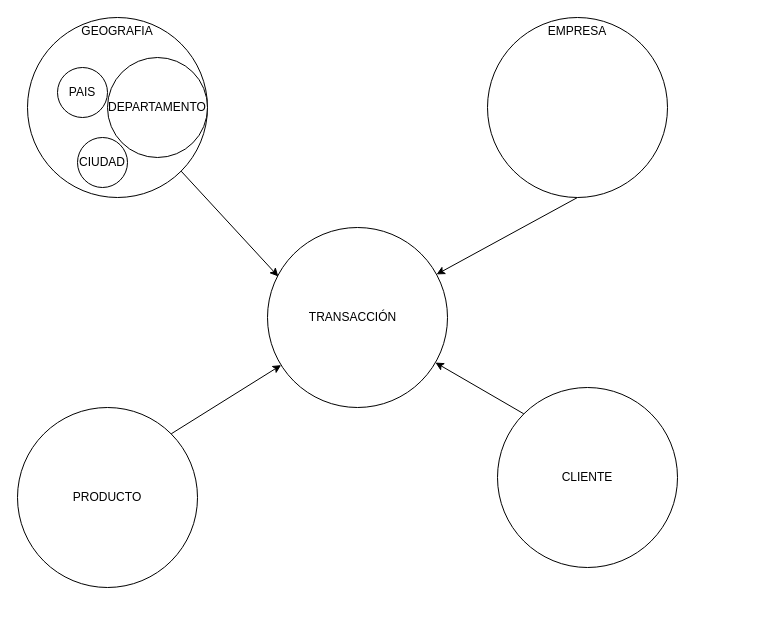
Above: page "Objectosdealtovalor" (4 of 5) of 1.Planear/MAKUMBASPORTS.drawio in Ale-pool/MAKUMBASPORTS (draw.io), before the change. Source tidied: cells renumbered, new cells numbered last; positions are measured from the earlier drawing's top-left corner, leaving out a move shared by most shapes. Both pictures are drawn from the tidied source at 100%, with x=0, y=0 at pixel (17, 17).
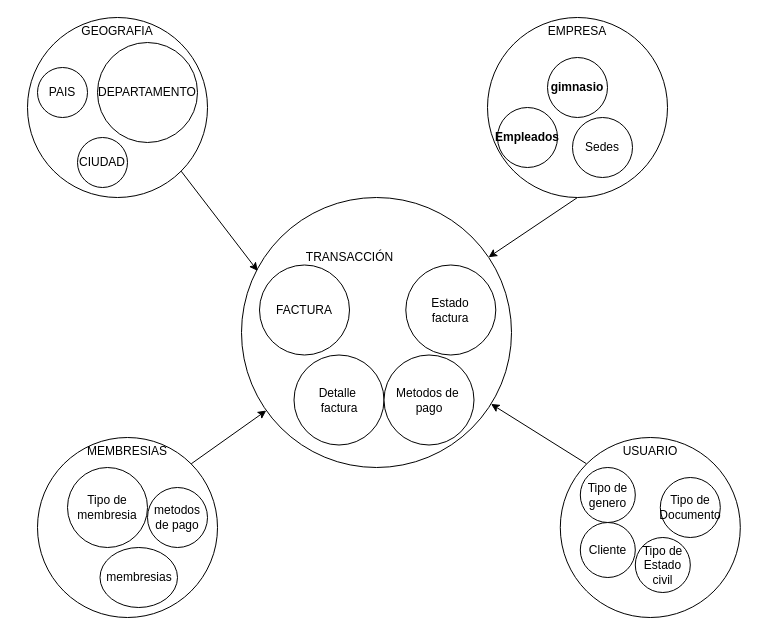
The same diagram, later.

Commit message (it also covers changes not shown here):
actaulizacion del draw.io y del documento

Change to the diagram source:
```diff
@@
     <mxCell id="2" style="ellipse;whiteSpace=wrap;html=1;" parent="1" vertex="1">
-      <mxGeometry x="250" y="210" width="180" height="180" as="geometry" />
+      <mxGeometry x="224" y="180" width="270" height="270" as="geometry" />
     </mxCell>
     <mxCell id="3" value="TRANSACCIÓN" style="text;html=1;align=center;verticalAlign=middle;strokeColor=none;fillColor=none;" parent="2" vertex="1">
-      <mxGeometry x="30" y="75" width="110" height="30" as="geometry" />
+      <mxGeometry x="52.5" y="45" width="110" height="30" as="geometry" />
     </mxCell>
+    <mxCell id="15" value="FACTURA" style="ellipse;whiteSpace=wrap;html=1;" parent="2" vertex="1">
+      <mxGeometry x="18" y="67.5" width="90" height="90" as="geometry" />
+    </mxCell>
+    <mxCell id="16" value="Estado&lt;div&gt;factura&lt;/div&gt;" style="ellipse;whiteSpace=wrap;html=1;" parent="2" vertex="1">
+      <mxGeometry x="164.3" y="67.5" width="90" height="90" as="geometry" />
+    </mxCell>
+    <mxCell id="17" value="Detalle&amp;nbsp;&lt;div&gt;factura&lt;/div&gt;" style="ellipse;whiteSpace=wrap;html=1;" parent="2" vertex="1">
+      <mxGeometry x="52.5" y="157.5" width="90" height="90" as="geometry" />
+    </mxCell>
+    <mxCell id="18" value="Metodos de&amp;nbsp;&lt;div&gt;pago&lt;/div&gt;" style="ellipse;whiteSpace=wrap;html=1;" parent="2" vertex="1">
+      <mxGeometry x="142.5" y="157.5" width="90" height="90" as="geometry" />
+    </mxCell>
@@
-    <mxCell id="8" value="CLIENTE" style="ellipse;whiteSpace=wrap;html=1;" parent="1" vertex="1">
-      <mxGeometry x="480" y="370" width="180" height="180" as="geometry" />
+    <mxCell id="8" value="USUARIO" style="ellipse;whiteSpace=wrap;html=1;horizontal=1;verticalAlign=top;" parent="1" vertex="1">
+      <mxGeometry x="542.8" y="420" width="180" height="180" as="geometry" />
     </mxCell>
@@
-    <mxCell id="10" value="PRODUCTO" style="ellipse;whiteSpace=wrap;html=1;" parent="1" vertex="1">
-      <mxGeometry y="390" width="180" height="180" as="geometry" />
+    <mxCell id="10" value="MEMBRESIAS" style="ellipse;whiteSpace=wrap;html=1;verticalAlign=top;" parent="1" vertex="1">
+      <mxGeometry x="20" y="420" width="180" height="180" as="geometry" />
     </mxCell>
@@
     <mxCell id="12" value="PAIS" style="ellipse;whiteSpace=wrap;html=1;" parent="1" vertex="1">
-      <mxGeometry x="40" y="50" width="50" height="50" as="geometry" />
+      <mxGeometry x="20" y="50" width="50" height="50" as="geometry" />
     </mxCell>
     <mxCell id="13" value="DEPARTAMENTO" style="ellipse;whiteSpace=wrap;html=1;" parent="1" vertex="1">
-      <mxGeometry x="90" y="40" width="100" height="100" as="geometry" />
+      <mxGeometry x="80" y="25" width="100" height="100" as="geometry" />
     </mxCell>
@@
+    <mxCell id="19" value="Sedes" style="ellipse;whiteSpace=wrap;html=1;" parent="1" vertex="1">
+      <mxGeometry x="555" y="100" width="60" height="60" as="geometry" />
+    </mxCell>
+    <mxCell id="20" value="Empleados" style="ellipse;whiteSpace=wrap;html=1;fontStyle=1;" parent="1" vertex="1">
+      <mxGeometry x="480" y="90" width="60" height="60" as="geometry" />
+    </mxCell>
+    <mxCell id="21" value="gimnasio" style="ellipse;whiteSpace=wrap;html=1;fontStyle=1;" parent="1" vertex="1">
+      <mxGeometry x="530" y="40" width="60" height="60" as="geometry" />
+    </mxCell>
+    <mxCell id="22" value="Tipo de Estado civil" style="ellipse;whiteSpace=wrap;html=1;" parent="1" vertex="1">
+      <mxGeometry x="617.8" y="520" width="55" height="55" as="geometry" />
+    </mxCell>
+    <mxCell id="23" value="Tipo de Documento" style="ellipse;whiteSpace=wrap;html=1;" parent="1" vertex="1">
+      <mxGeometry x="642.8" y="460" width="60" height="60" as="geometry" />
+    </mxCell>
+    <mxCell id="24" value="Tipo de genero" style="ellipse;whiteSpace=wrap;html=1;" parent="1" vertex="1">
+      <mxGeometry x="562.8" y="450" width="55" height="55" as="geometry" />
+    </mxCell>
+    <mxCell id="25" value="Tipo de membresia" style="ellipse;whiteSpace=wrap;html=1;" parent="1" vertex="1">
+      <mxGeometry x="50" y="450" width="80" height="80" as="geometry" />
+    </mxCell>
+    <mxCell id="26" value="membresias" style="ellipse;whiteSpace=wrap;html=1;" parent="1" vertex="1">
+      <mxGeometry x="82.5" y="530" width="77.5" height="60" as="geometry" />
+    </mxCell>
+    <mxCell id="27" value="metodos de pago" style="ellipse;whiteSpace=wrap;html=1;" parent="1" vertex="1">
+      <mxGeometry x="130" y="470" width="60" height="60" as="geometry" />
+    </mxCell>
+    <mxCell id="28" value="Cliente" style="ellipse;whiteSpace=wrap;html=1;" parent="1" vertex="1">
+      <mxGeometry x="562.8" y="505" width="55" height="55" as="geometry" />
+    </mxCell>
```
